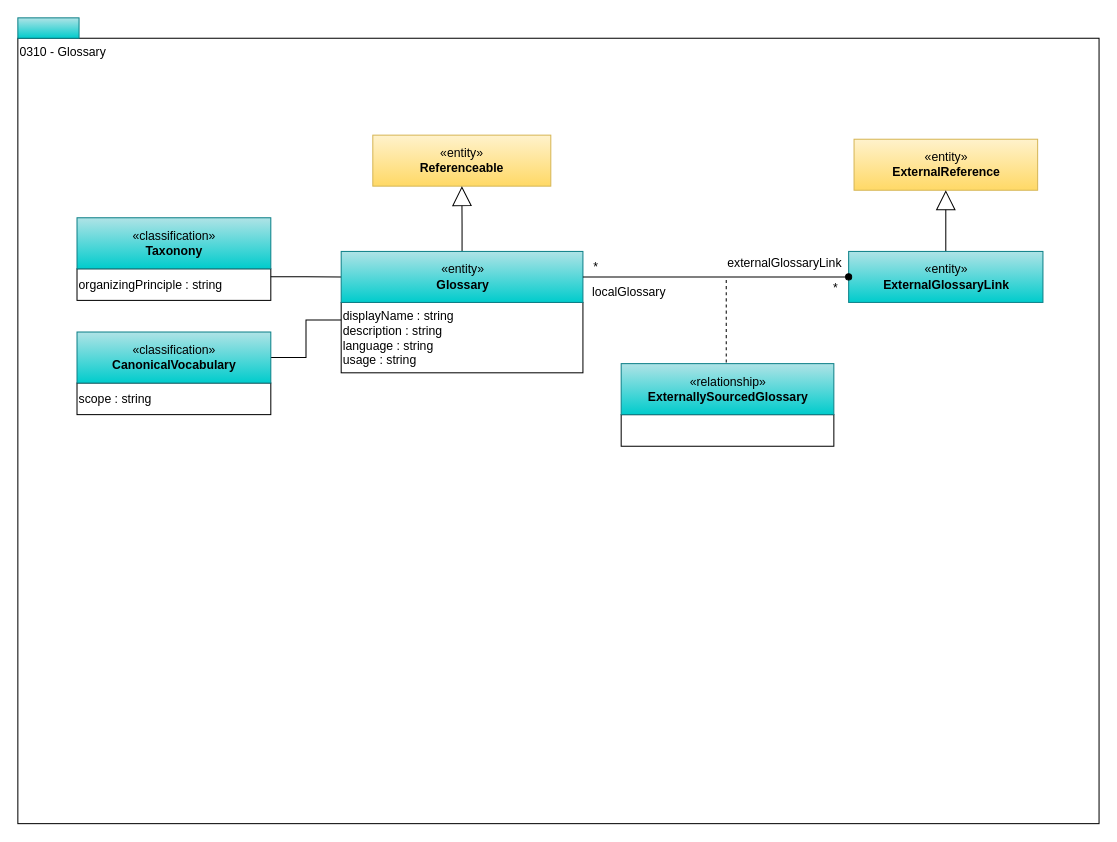
odpi/egeria-docs keeps this draw.io diagram as page "0310-Glossary" (2 of 14) of site/docs/types/3/area-3-glossary.drawio. Above is the earlier version. Source tidied: cells renumbered, new cells numbered last; positions are measured from the earlier drawing's top-left corner, leaving out a move shared by most shapes. Both pictures are drawn from the tidied source at 102%, with x=0, y=0 at pixel (17, 17).
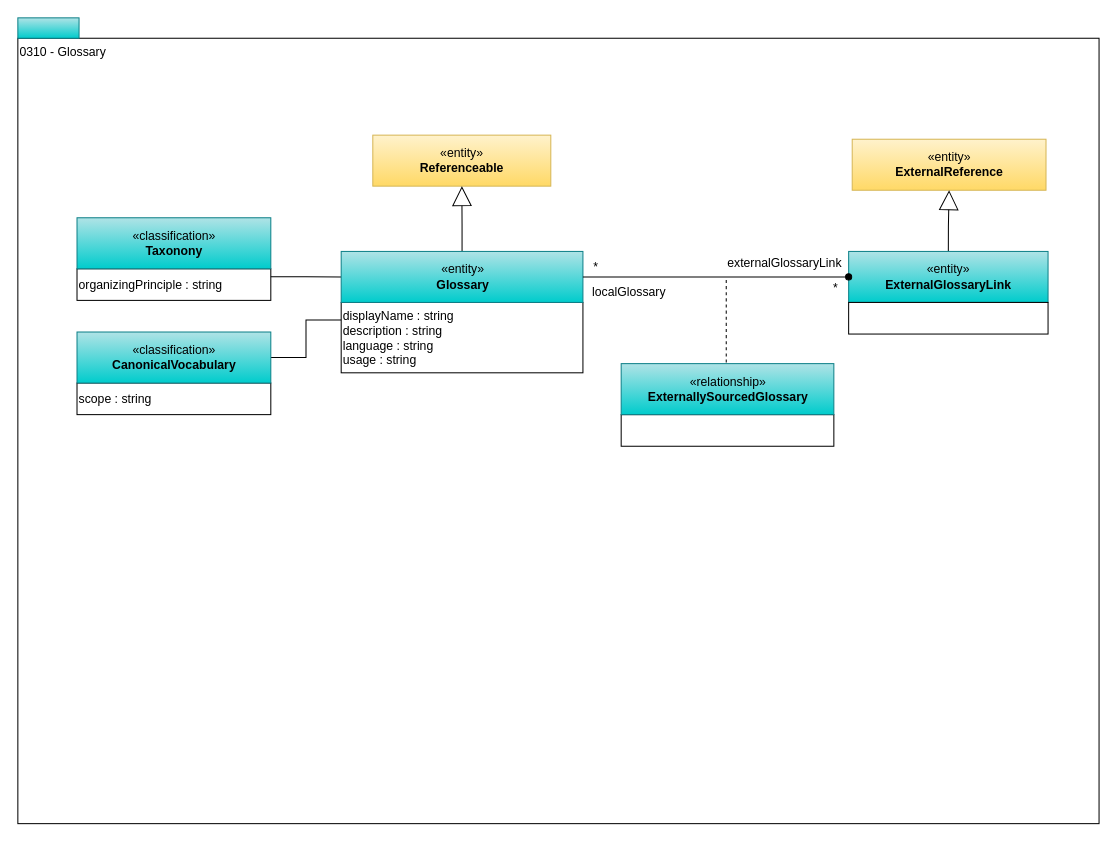
The same page after the edit.

Change to the diagram source:
```diff
@@
     <mxCell id="20" value="«entity»&lt;br&gt;&lt;b&gt;ExternalReference&lt;/b&gt;" style="html=1;strokeColor=#d6b656;align=center;fillColor=#fff2cc;gradientColor=#ffd966;" parent="1" vertex="1">
-      <mxGeometry x="819.8" y="119" width="180" height="50" as="geometry" />
+      <mxGeometry x="818" y="119" width="190" height="50" as="geometry" />
     </mxCell>
@@
     <mxCell id="22" value="«entity»&lt;br&gt;&lt;b&gt;ExternalGlossaryLink&lt;/b&gt;" style="html=1;strokeColor=#0e8088;align=center;fillColor=#b0e3e6;gradientColor=#00CCCC;" parent="1" vertex="1">
-      <mxGeometry x="814.5" y="229" width="190.5" height="50" as="geometry" />
+      <mxGeometry x="814.5" y="229" width="195.5" height="50" as="geometry" />
     </mxCell>
@@
+    <mxCell id="25" style="rounded=0;whiteSpace=wrap;html=1;strokeColor=#000000;gradientColor=#ffffff;align=left;" parent="1" vertex="1">
+      <mxGeometry x="814.5" y="279" width="195.5" height="31" as="geometry" />
+    </mxCell>
```
